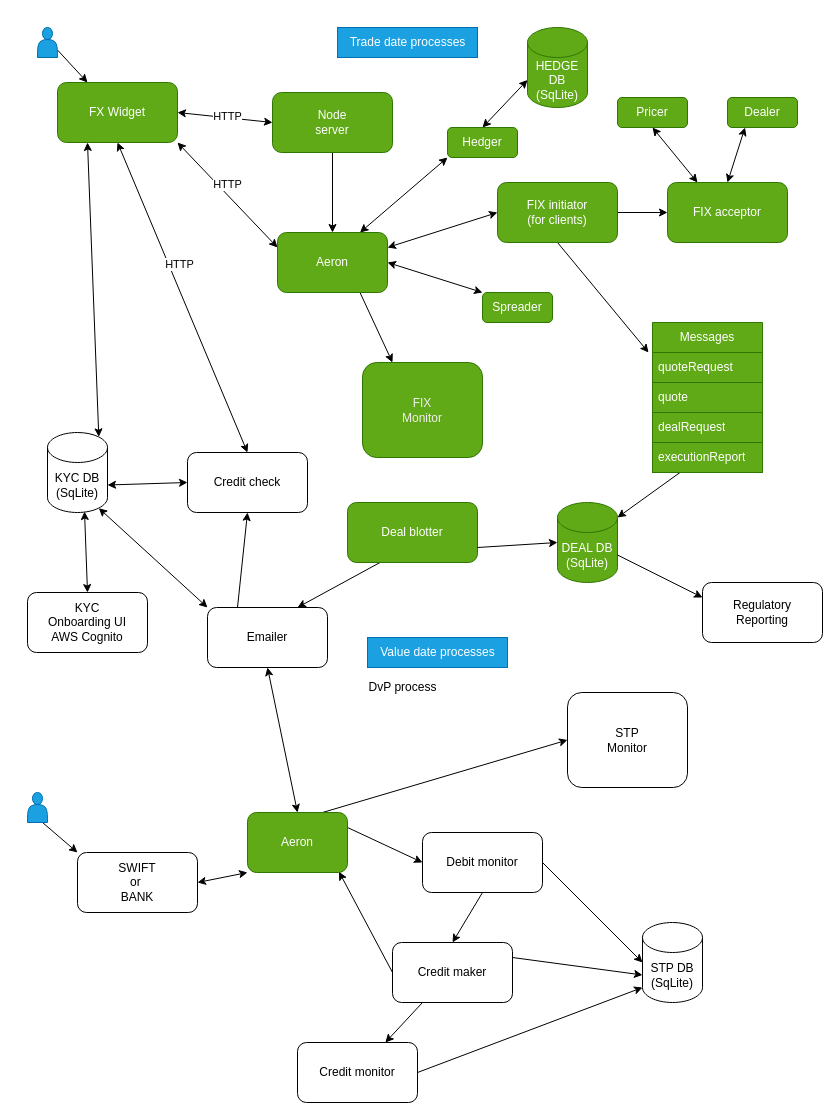
This is arch.drawio from rupweb/ws-front-end, a draw.io file, before an edit. Source tidied: cells renumbered, new cells numbered last; positions are measured from the earlier drawing's top-left corner, leaving out a move shared by most shapes. Both pictures are drawn from the tidied source at 100%, with x=0, y=0 at pixel (27, 27).
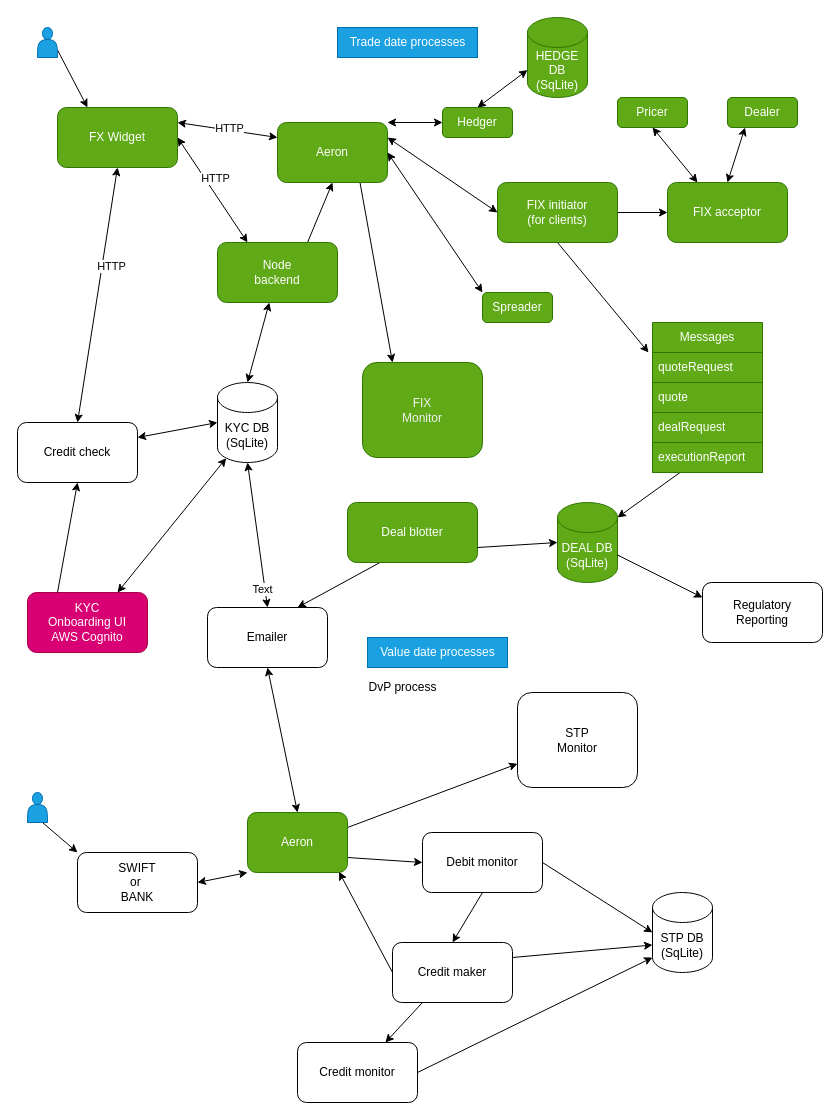
Above is the later version.

Commit message (it also covers changes not shown here):
Add onboarding forms

Unchanged cells that the change refers to:
```xml
<mxCell id="42" value="Emailer" style="rounded=1;whiteSpace=wrap;html=1;" parent="1" vertex="1">
  <mxGeometry x="180" y="580" width="120" height="60" as="geometry" />
</mxCell>
<mxCell id="46" value="Debit monitor" style="rounded=1;whiteSpace=wrap;html=1;" parent="1" vertex="1">
  <mxGeometry x="395" y="805" width="120" height="60" as="geometry" />
</mxCell>
<mxCell id="49" value="Aeron" style="rounded=1;whiteSpace=wrap;html=1;fillColor=#60a917;fontColor=#ffffff;strokeColor=#2D7600;" parent="1" vertex="1">
  <mxGeometry x="220" y="785" width="100" height="60" as="geometry" />
</mxCell>
```

Change to the diagram source:
```diff
@@
     <mxCell id="2" value="FX Widget" style="rounded=1;whiteSpace=wrap;html=1;fillColor=#60a917;fontColor=#ffffff;strokeColor=#2D7600;" parent="1" vertex="1">
-      <mxGeometry x="30" y="55" width="120" height="60" as="geometry" />
+      <mxGeometry x="30" y="80" width="120" height="60" as="geometry" />
     </mxCell>
-    <mxCell id="3" style="edgeStyle=none;html=1;exitX=0.5;exitY=1;exitDx=0;exitDy=0;entryX=0.5;entryY=0;entryDx=0;entryDy=0;" parent="1" edge="1" source="4" target="19">
+    <mxCell id="3" style="edgeStyle=none;html=1;exitX=0.75;exitY=0;exitDx=0;exitDy=0;entryX=0.5;entryY=1;entryDx=0;entryDy=0;" parent="1" edge="1" source="4" target="19">
       <mxGeometry relative="1" as="geometry" />
     </mxCell>
-    <mxCell id="4" value="Node&lt;br&gt;server" style="rounded=1;whiteSpace=wrap;html=1;fillColor=#60a917;fontColor=#ffffff;strokeColor=#2D7600;" parent="1" vertex="1">
-      <mxGeometry x="245" y="65" width="120" height="60" as="geometry" />
+    <mxCell id="4" value="Node&lt;br&gt;backend" style="rounded=1;whiteSpace=wrap;html=1;fillColor=#60a917;fontColor=#ffffff;strokeColor=#2D7600;" parent="1" vertex="1">
+      <mxGeometry x="190" y="215" width="120" height="60" as="geometry" />
     </mxCell>
-    <mxCell id="5" style="endArrow=classic;startArrow=classic;html=1;entryX=0;entryY=0.5;entryDx=0;entryDy=0;exitX=1;exitY=0.5;exitDx=0;exitDy=0;" parent="1" edge="1" source="2" target="4">
+    <mxCell id="5" style="endArrow=classic;startArrow=classic;html=1;entryX=0.25;entryY=0;entryDx=0;entryDy=0;exitX=1;exitY=0.5;exitDx=0;exitDy=0;" parent="1" edge="1" source="2" target="4">
       <mxGeometry relative="1" as="geometry" />
     </mxCell>
@@
-    <mxCell id="13" value="KYC &lt;br&gt;Onboarding UI&lt;br&gt;AWS Cognito" style="rounded=1;whiteSpace=wrap;html=1;" parent="1" vertex="1">
+    <mxCell id="13" value="KYC &lt;br&gt;Onboarding UI&lt;br&gt;AWS Cognito" style="rounded=1;whiteSpace=wrap;html=1;fillColor=#d80073;fontColor=#ffffff;strokeColor=#A50040;" parent="1" vertex="1">
       <mxGeometry y="565" width="120" height="60" as="geometry" />
     </mxCell>
-    <mxCell id="14" style="endArrow=classic;startArrow=classic;html=1;entryX=0;entryY=0.25;entryDx=0;entryDy=0;exitX=1;exitY=1;exitDx=0;exitDy=0;" parent="1" edge="1" source="2" target="19">
+    <mxCell id="14" style="endArrow=classic;startArrow=classic;html=1;entryX=0;entryY=0.25;entryDx=0;entryDy=0;exitX=1;exitY=0.25;exitDx=0;exitDy=0;" parent="1" edge="1" source="2" target="19">
       <mxGeometry relative="1" as="geometry" />
     </mxCell>
@@
-    <mxCell id="18" style="edgeStyle=none;html=1;exitX=0.75;exitY=0;exitDx=0;exitDy=0;entryX=0;entryY=1;entryDx=0;entryDy=0;startArrow=classic;startFill=1;" parent="1" edge="1" source="19" target="65">
+    <mxCell id="18" style="edgeStyle=none;html=1;exitX=1;exitY=0;exitDx=0;exitDy=0;entryX=0;entryY=0.5;entryDx=0;entryDy=0;startArrow=classic;startFill=1;" parent="1" edge="1" source="19" target="65">
       <mxGeometry relative="1" as="geometry" />
     </mxCell>
     <mxCell id="19" value="Aeron" style="rounded=1;whiteSpace=wrap;html=1;strokeColor=#2D7600;fillColor=#60a917;fontColor=#ffffff;" parent="1" vertex="1">
-      <mxGeometry x="250" y="205" width="110" height="60" as="geometry" />
+      <mxGeometry x="250" y="95" width="110" height="60" as="geometry" />
     </mxCell>
     <mxCell id="20" value="KYC DB&lt;br&gt;(SqLite)" style="shape=cylinder3;whiteSpace=wrap;html=1;boundedLbl=1;backgroundOutline=1;size=15;" parent="1" vertex="1">
-      <mxGeometry x="20" y="405" width="60" height="80" as="geometry" />
+      <mxGeometry x="190" y="355" width="60" height="80" as="geometry" />
     </mxCell>
-    <mxCell id="21" style="endArrow=classic;startArrow=classic;html=1;entryX=0.617;entryY=0.988;entryDx=0;entryDy=0;exitX=0.5;exitY=0;exitDx=0;exitDy=0;entryPerimeter=0;" parent="1" edge="1" source="13" target="20">
+    <mxCell id="21" style="endArrow=classic;startArrow=classic;html=1;entryX=0.145;entryY=1;entryDx=0;entryDy=-4.35;exitX=0.75;exitY=0;exitDx=0;exitDy=0;entryPerimeter=0;" parent="1" edge="1" source="13" target="20">
       <mxGeometry relative="1" as="geometry" />
     </mxCell>
-    <mxCell id="22" style="endArrow=classic;startArrow=classic;html=1;entryX=0.25;entryY=1;entryDx=0;entryDy=0;exitX=0.855;exitY=0;exitDx=0;exitDy=4.35;exitPerimeter=0;" parent="1" edge="1" source="20" target="2">
+    <mxCell id="22" style="endArrow=classic;startArrow=classic;html=1;exitX=0.5;exitY=0;exitDx=0;exitDy=0;exitPerimeter=0;" parent="1" edge="1" source="20" target="4">
       <mxGeometry relative="1" as="geometry" />
     </mxCell>
@@
     <mxCell id="24" value="Credit check" style="rounded=1;whiteSpace=wrap;html=1;" parent="1" vertex="1">
-      <mxGeometry x="160" y="425" width="120" height="60" as="geometry" />
+      <mxGeometry x="-10" y="395" width="120" height="60" as="geometry" />
     </mxCell>
@@
-    <mxCell id="27" style="endArrow=classic;startArrow=classic;html=1;entryX=1;entryY=0;entryDx=0;entryDy=52.5;exitX=0;exitY=0.5;exitDx=0;exitDy=0;entryPerimeter=0;" parent="1" edge="1" source="24" target="20">
+    <mxCell id="27" style="endArrow=classic;startArrow=classic;html=1;entryX=0;entryY=0.5;entryDx=0;entryDy=0;entryPerimeter=0;exitX=1;exitY=0.25;exitDx=0;exitDy=0;" parent="1" edge="1" source="24" target="20">
       <mxGeometry relative="1" as="geometry" />
     </mxCell>
@@
-    <mxCell id="40" style="edgeStyle=none;html=1;exitX=0.25;exitY=0;exitDx=0;exitDy=0;entryX=0.5;entryY=1;entryDx=0;entryDy=0;" parent="1" edge="1" source="42" target="24">
+    <mxCell id="40" style="edgeStyle=none;html=1;exitX=0.25;exitY=0;exitDx=0;exitDy=0;entryX=0.5;entryY=1;entryDx=0;entryDy=0;" parent="1" edge="1" source="13" target="24">
       <mxGeometry relative="1" as="geometry" />
     </mxCell>
-    <mxCell id="41" style="edgeStyle=none;html=1;exitX=0;exitY=0;exitDx=0;exitDy=0;entryX=0.855;entryY=1;entryDx=0;entryDy=-4.35;entryPerimeter=0;startArrow=classic;startFill=1;" parent="1" edge="1" source="42" target="20">
+    <mxCell id="41" style="edgeStyle=none;html=1;exitX=0.5;exitY=0;exitDx=0;exitDy=0;entryX=0.5;entryY=1;entryDx=0;entryDy=0;entryPerimeter=0;startArrow=classic;startFill=1;" parent="1" edge="1" source="42" target="20">
       <mxGeometry relative="1" as="geometry" />
     </mxCell>
+    <mxCell id="74" value="Text" style="edgeLabel;html=1;align=center;verticalAlign=middle;" parent="41" vertex="1">
+      <mxGeometry x="-0.74" y="3" relative="1" as="geometry" />
+    </mxCell>
@@
-    <mxCell id="47" style="edgeStyle=none;html=1;exitX=1;exitY=0.25;exitDx=0;exitDy=0;entryX=0;entryY=0.5;entryDx=0;entryDy=0;" parent="1" edge="1" source="49" target="46">
+    <mxCell id="47" style="edgeStyle=none;html=1;exitX=1;exitY=0.75;exitDx=0;exitDy=0;entryX=0;entryY=0.5;entryDx=0;entryDy=0;" parent="1" edge="1" source="49" target="46">
       <mxGeometry relative="1" as="geometry" />
     </mxCell>
-    <mxCell id="48" style="edgeStyle=none;html=1;exitX=0.75;exitY=0;exitDx=0;exitDy=0;entryX=0;entryY=0.5;entryDx=0;entryDy=0;" parent="1" edge="1" source="49" target="50">
+    <mxCell id="48" style="edgeStyle=none;html=1;exitX=1;exitY=0.25;exitDx=0;exitDy=0;entryX=0;entryY=0.75;entryDx=0;entryDy=0;" parent="1" edge="1" source="49" target="50">
       <mxGeometry relative="1" as="geometry" />
     </mxCell>
@@
     <mxCell id="50" value="STP&lt;br&gt;Monitor" style="rounded=1;whiteSpace=wrap;html=1;" parent="1" vertex="1">
-      <mxGeometry x="540" y="665" width="120" height="95" as="geometry" />
+      <mxGeometry x="490" y="665" width="120" height="95" as="geometry" />
     </mxCell>
@@
     <mxCell id="65" value="Hedger" style="rounded=1;whiteSpace=wrap;html=1;fillColor=#60a917;fontColor=#ffffff;strokeColor=#2D7600;" parent="1" vertex="1">
-      <mxGeometry x="420" y="100" width="70" height="30" as="geometry" />
+      <mxGeometry x="415" y="80" width="70" height="30" as="geometry" />
     </mxCell>
     <mxCell id="66" value="HEDGE DB&lt;br&gt;(SqLite)" style="shape=cylinder3;whiteSpace=wrap;html=1;boundedLbl=1;backgroundOutline=1;size=15;fillColor=#60a917;fontColor=#ffffff;strokeColor=#2D7600;" parent="1" vertex="1">
-      <mxGeometry x="500" width="60" height="80" as="geometry" />
+      <mxGeometry x="500" y="-10" width="60" height="80" as="geometry" />
     </mxCell>
     <mxCell id="67" value="STP DB&lt;br&gt;(SqLite)" style="shape=cylinder3;whiteSpace=wrap;html=1;boundedLbl=1;backgroundOutline=1;size=15;" parent="1" vertex="1">
-      <mxGeometry x="615" y="895" width="60" height="80" as="geometry" />
+      <mxGeometry x="625" y="865" width="60" height="80" as="geometry" />
     </mxCell>
```
